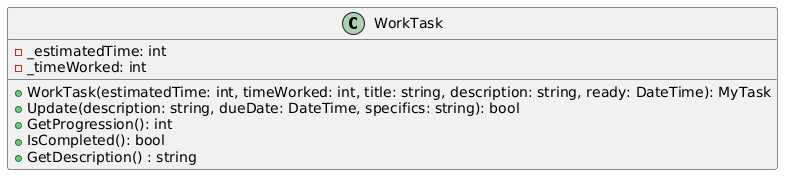
Earlier version of the PlantUML export src/assets/img/kmom05/classdiagramWorkTask.png (bth-csharp/website).
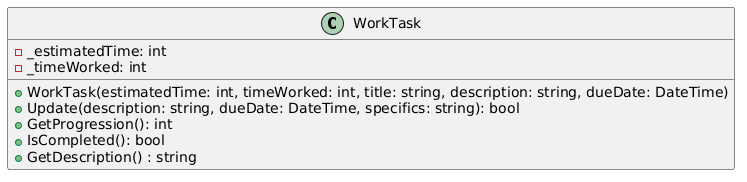
The same diagram one commit later.

Commit message:
Update kmom05 task removed MyTaskHandler och Planner

What changed in the source:
```diff
@@ -4,7 +4,7 @@
     - _estimatedTime: int
     - _timeWorked: int
 
-    + WorkTask(estimatedTime: int, timeWorked: int, title: string, description: string, ready: DateTime): MyTask
+    + WorkTask(estimatedTime: int, timeWorked: int, title: string, description: string, dueDate: DateTime)
     + Update(description: string, dueDate: DateTime, specifics: string): bool
     + GetProgression(): int
     + IsCompleted(): bool
```
